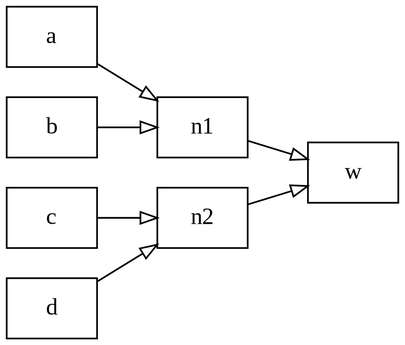
This is single-elim.png from computations/phylourny-paper, a Graphviz export, as it was before one commit. Its source is kept beside it as single-elim.dot. The source it was exported from:
```dot
digraph {
splines=polyline
rankdir="LR";

a[shape=box];
b[shape=box];
c[shape=box];
d[shape=box];
n1[shape=box];
n2[shape=box];
w[shape=box];

edge [
arrowhead=onormal
];

a -> n1;
b -> n1;

c -> n2;
d -> n2;

n2 -> w;
n1 -> w;
}
```
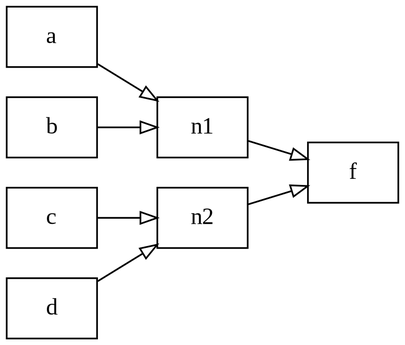
After the change.

Change to the diagram source:
```diff
@@ -2,16 +2,12 @@
 splines=polyline
 rankdir="LR";
 
-a[shape=box];
-b[shape=box];
-c[shape=box];
-d[shape=box];
-n1[shape=box];
-n2[shape=box];
-w[shape=box];
+node [
+  shape=box
+];
 
 edge [
-arrowhead=onormal
+  arrowhead=onormal
 ];
 
 a -> n1;
@@ -20,6 +16,6 @@
 c -> n2;
 d -> n2;
 
-n2 -> w;
-n1 -> w;
+n2 -> f;
+n1 -> f;
 }
```
